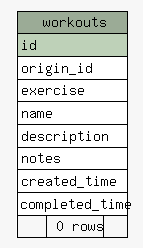
This is dbDocs/diagrams/summary/workouts.1degree.png from btv/DED_backend, a Graphviz export, as it was before one commit. Its source is kept beside it as dbDocs/diagrams/summary/workouts.1degree.dot.
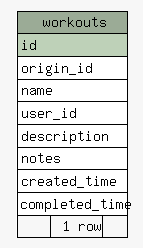
The same file after the commit.

Change to the diagram source:
```diff
@@ -21,13 +21,13 @@
       <TR><TD COLSPAN="3" BGCOLOR="#9bab96" ALIGN="CENTER">workouts</TD></TR>
       <TR><TD PORT="id" COLSPAN="3" BGCOLOR="#bed1b8" ALIGN="LEFT">id</TD></TR>
       <TR><TD PORT="origin_id" COLSPAN="3" ALIGN="LEFT">origin_id</TD></TR>
-      <TR><TD PORT="exercise" COLSPAN="3" ALIGN="LEFT">exercise</TD></TR>
       <TR><TD PORT="name" COLSPAN="3" ALIGN="LEFT">name</TD></TR>
+      <TR><TD PORT="user_id" COLSPAN="3" ALIGN="LEFT">user_id</TD></TR>
       <TR><TD PORT="description" COLSPAN="3" ALIGN="LEFT">description</TD></TR>
       <TR><TD PORT="notes" COLSPAN="3" ALIGN="LEFT">notes</TD></TR>
       <TR><TD PORT="created_time" COLSPAN="3" ALIGN="LEFT">created_time</TD></TR>
       <TR><TD PORT="completed_time" COLSPAN="3" ALIGN="LEFT">completed_time</TD></TR>
-      <TR><TD ALIGN="LEFT" BGCOLOR="#f7f7f7">  </TD><TD ALIGN="RIGHT" BGCOLOR="#f7f7f7">0 rows</TD><TD ALIGN="RIGHT" BGCOLOR="#f7f7f7">  </TD></TR>
+      <TR><TD ALIGN="LEFT" BGCOLOR="#f7f7f7">  </TD><TD ALIGN="RIGHT" BGCOLOR="#f7f7f7">1 row</TD><TD ALIGN="RIGHT" BGCOLOR="#f7f7f7">  </TD></TR>
     </TABLE>>
     URL="tables/workouts.html"
     tooltip="workouts"
```
